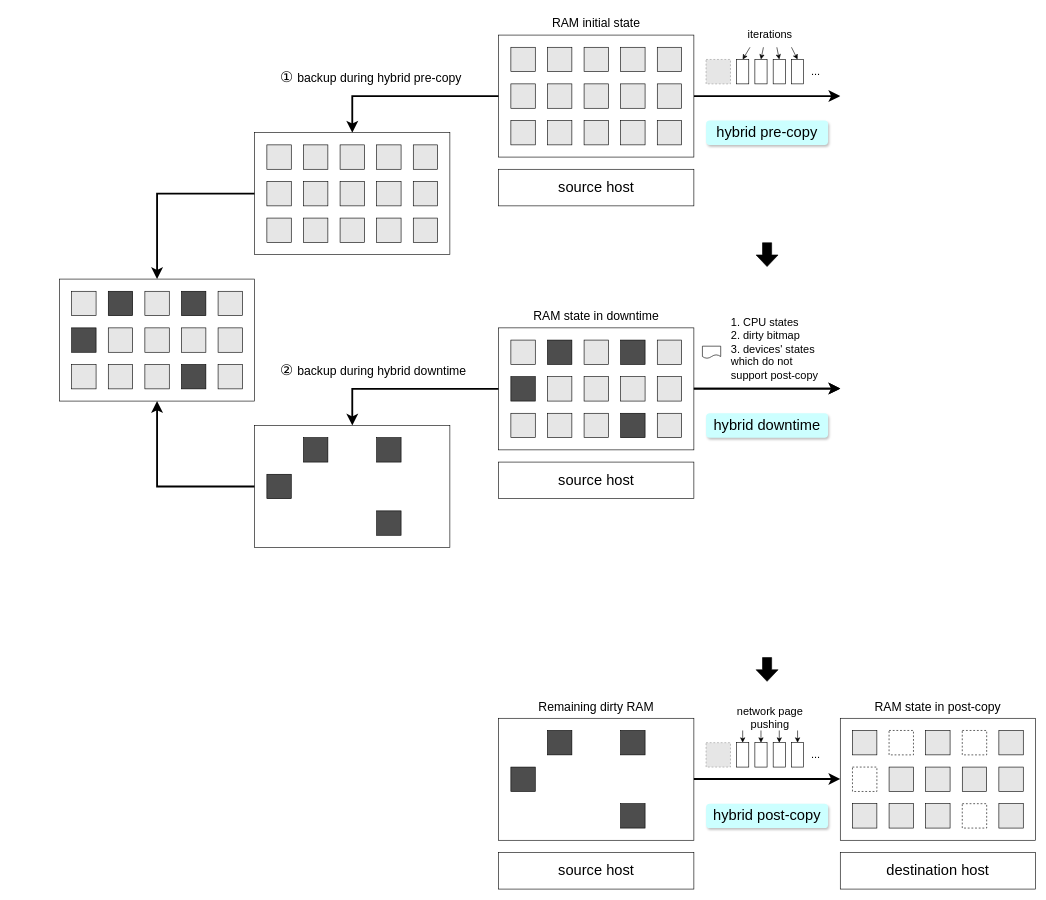
Above: final/backup's challenge.drawio in xuyizhe1999/drawio (draw.io), before the change. Source tidied: cells renumbered, new cells numbered last; positions are measured from the earlier drawing's top-left corner, leaving out a move shared by most shapes. Both pictures are drawn from the tidied source at 61%, with x=0, y=0 at pixel (59, 10). Pictures stored in the file or linked from it are replaced by grey dashed boxes.
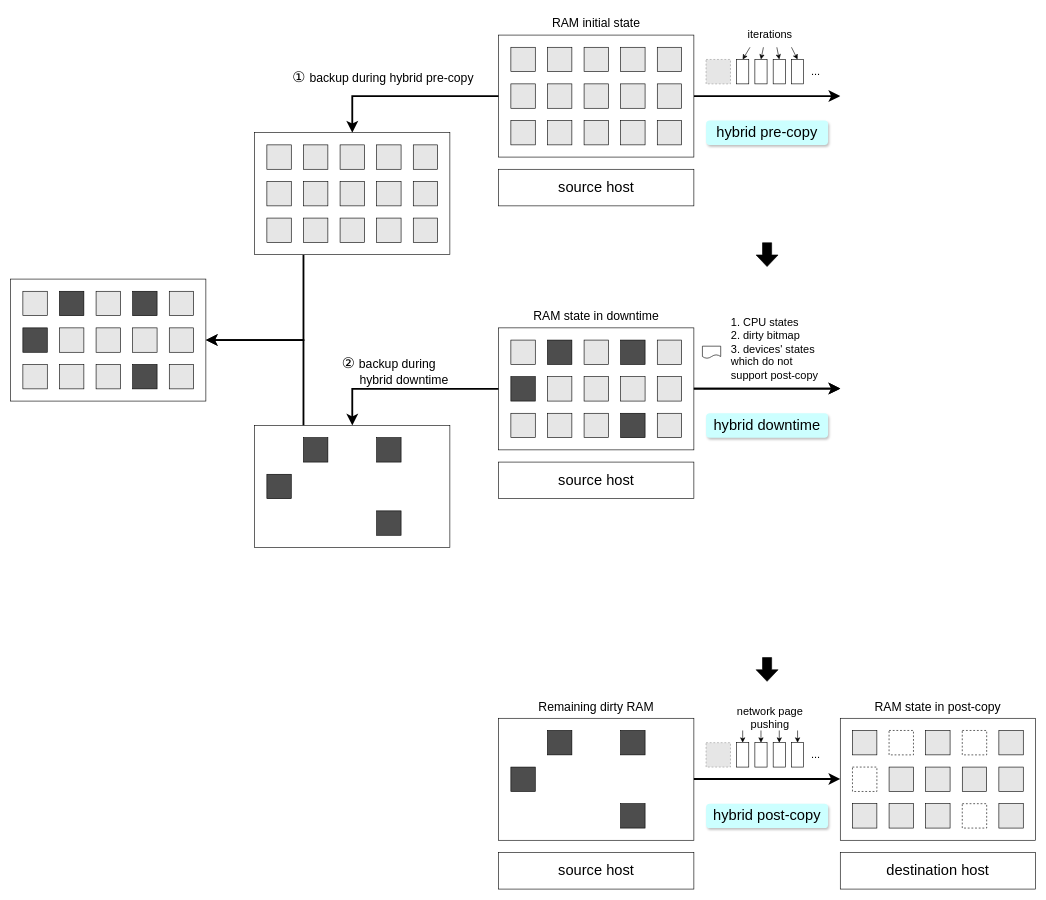
After the change.

Unchanged cells that the change refers to:
```xml
<mxCell id="99" style="rounded=0;whiteSpace=wrap;html=1;" parent="1" vertex="1">
  <mxGeometry x="320" y="200" width="320" height="200" as="geometry" />
</mxCell>
<mxCell id="116" style="rounded=0;whiteSpace=wrap;html=1;" parent="1" vertex="1">
  <mxGeometry x="320" y="680" width="320" height="200" as="geometry" />
</mxCell>
```

Change to the diagram source:
```diff
@@
-    <mxCell id="98" style="edgeStyle=orthogonalEdgeStyle;rounded=0;jettySize=auto;html=1;exitX=0;exitY=0.5;exitDx=0;exitDy=0;entryX=0.5;entryY=0;entryDx=0;entryDy=0;strokeWidth=3;endSize=10;startSize=10;" parent="1" edge="1" source="99" target="123">
+    <mxCell id="98" style="edgeStyle=orthogonalEdgeStyle;rounded=0;jettySize=auto;html=1;exitX=0.25;exitY=1;exitDx=0;exitDy=0;entryX=1;entryY=0.5;entryDx=0;entryDy=0;strokeWidth=3;endSize=10;startSize=10;" parent="1" edge="1" source="99" target="123">
       <mxGeometry relative="1" as="geometry" />
     </mxCell>
@@
-    <mxCell id="115" style="edgeStyle=orthogonalEdgeStyle;rounded=0;jettySize=auto;html=1;exitX=0;exitY=0.5;exitDx=0;exitDy=0;entryX=0.5;entryY=1;entryDx=0;entryDy=0;endSize=10;startSize=10;strokeWidth=3;" parent="1" edge="1" source="116" target="123">
+    <mxCell id="115" style="edgeStyle=orthogonalEdgeStyle;rounded=0;jettySize=auto;html=1;exitX=0.25;exitY=0;exitDx=0;exitDy=0;entryX=1;entryY=0.5;entryDx=0;entryDy=0;strokeWidth=3;endSize=10;startSize=10;" parent="1" edge="1" source="116" target="123">
       <mxGeometry relative="1" as="geometry" />
     </mxCell>
@@
     <mxCell id="121" value="&lt;font style=&quot;font-size: 24px;&quot;&gt;① &lt;/font&gt;&lt;font style=&quot;font-size: 20px;&quot;&gt;backup during hybrid pre-copy&lt;/font&gt;" style="text;html=1;strokeColor=none;fillColor=none;align=left;verticalAlign=middle;whiteSpace=wrap;rounded=0;" parent="1" vertex="1">
-      <mxGeometry x="360" y="80" width="320" height="60" as="geometry" />
+      <mxGeometry x="380" y="80" width="320" height="60" as="geometry" />
     </mxCell>
-    <mxCell id="122" value="&lt;font style=&quot;font-size: 24px;&quot;&gt;② &lt;/font&gt;&lt;font style=&quot;font-size: 20px;&quot;&gt;backup during hybrid downtime&lt;/font&gt;" style="text;html=1;strokeColor=none;fillColor=none;align=left;verticalAlign=middle;whiteSpace=wrap;rounded=0;" parent="1" vertex="1">
-      <mxGeometry x="360" y="560" width="320" height="60" as="geometry" />
+    <mxCell id="122" value="&lt;font style=&quot;font-size: 24px;&quot;&gt;② &lt;/font&gt;&lt;font style=&quot;font-size: 20px;&quot;&gt;backup during&lt;br&gt;&amp;nbsp; &amp;nbsp; &amp;nbsp; &amp;nbsp; &amp;nbsp;hybrid downtime&lt;/font&gt;" style="text;html=1;strokeColor=none;fillColor=none;align=center;verticalAlign=middle;whiteSpace=wrap;rounded=0;" parent="1" vertex="1">
+      <mxGeometry x="440" y="560" width="200" height="60" as="geometry" />
     </mxCell>
     <mxCell id="123" style="rounded=0;whiteSpace=wrap;html=1;" parent="1" vertex="1">
-      <mxGeometry y="440" width="320" height="200" as="geometry" />
+      <mxGeometry x="-80" y="440" width="320" height="200" as="geometry" />
     </mxCell>
     <mxCell id="124" style="rounded=0;whiteSpace=wrap;html=1;fillColor=#E6E6E6;" parent="1" vertex="1">
-      <mxGeometry x="20" y="460" width="40" height="40" as="geometry" />
+      <mxGeometry x="-60" y="460" width="40" height="40" as="geometry" />
     </mxCell>
     <mxCell id="125" style="rounded=0;whiteSpace=wrap;html=1;fillColor=#4D4D4D;" parent="1" vertex="1">
-      <mxGeometry x="80" y="460" width="40" height="40" as="geometry" />
+      <mxGeometry y="460" width="40" height="40" as="geometry" />
     </mxCell>
     <mxCell id="126" style="rounded=0;whiteSpace=wrap;html=1;fillColor=#E6E6E6;" parent="1" vertex="1">
-      <mxGeometry x="140" y="460" width="40" height="40" as="geometry" />
+      <mxGeometry x="60" y="460" width="40" height="40" as="geometry" />
     </mxCell>
     <mxCell id="127" style="rounded=0;whiteSpace=wrap;html=1;fillColor=#4D4D4D;" parent="1" vertex="1">
-      <mxGeometry x="200" y="460" width="40" height="40" as="geometry" />
+      <mxGeometry x="120" y="460" width="40" height="40" as="geometry" />
     </mxCell>
     <mxCell id="128" style="rounded=0;whiteSpace=wrap;html=1;fillColor=#E6E6E6;" parent="1" vertex="1">
-      <mxGeometry x="260" y="460" width="40" height="40" as="geometry" />
+      <mxGeometry x="180" y="460" width="40" height="40" as="geometry" />
     </mxCell>
     <mxCell id="129" style="rounded=0;whiteSpace=wrap;html=1;fillColor=#4D4D4D;" parent="1" vertex="1">
-      <mxGeometry x="20" y="520" width="40" height="40" as="geometry" />
+      <mxGeometry x="-60" y="520" width="40" height="40" as="geometry" />
     </mxCell>
     <mxCell id="130" style="rounded=0;whiteSpace=wrap;html=1;fillColor=#E6E6E6;" parent="1" vertex="1">
-      <mxGeometry x="80" y="520" width="40" height="40" as="geometry" />
+      <mxGeometry y="520" width="40" height="40" as="geometry" />
     </mxCell>
     <mxCell id="131" style="rounded=0;whiteSpace=wrap;html=1;fillColor=#E6E6E6;" parent="1" vertex="1">
-      <mxGeometry x="140" y="520" width="40" height="40" as="geometry" />
+      <mxGeometry x="60" y="520" width="40" height="40" as="geometry" />
     </mxCell>
     <mxCell id="132" style="rounded=0;whiteSpace=wrap;html=1;fillColor=#E6E6E6;" parent="1" vertex="1">
-      <mxGeometry x="200" y="520" width="40" height="40" as="geometry" />
+      <mxGeometry x="120" y="520" width="40" height="40" as="geometry" />
     </mxCell>
     <mxCell id="133" style="rounded=0;whiteSpace=wrap;html=1;fillColor=#E6E6E6;" parent="1" vertex="1">
-      <mxGeometry x="260" y="520" width="40" height="40" as="geometry" />
+      <mxGeometry x="180" y="520" width="40" height="40" as="geometry" />
     </mxCell>
     <mxCell id="134" style="rounded=0;whiteSpace=wrap;html=1;fillColor=#E6E6E6;" parent="1" vertex="1">
-      <mxGeometry x="20" y="580" width="40" height="40" as="geometry" />
+      <mxGeometry x="-60" y="580" width="40" height="40" as="geometry" />
     </mxCell>
     <mxCell id="135" style="rounded=0;whiteSpace=wrap;html=1;fillColor=#E6E6E6;" parent="1" vertex="1">
-      <mxGeometry x="80" y="580" width="40" height="40" as="geometry" />
+      <mxGeometry y="580" width="40" height="40" as="geometry" />
     </mxCell>
     <mxCell id="136" style="rounded=0;whiteSpace=wrap;html=1;fillColor=#E6E6E6;" parent="1" vertex="1">
-      <mxGeometry x="140" y="580" width="40" height="40" as="geometry" />
+      <mxGeometry x="60" y="580" width="40" height="40" as="geometry" />
     </mxCell>
     <mxCell id="137" style="rounded=0;whiteSpace=wrap;html=1;fillColor=#4D4D4D;" parent="1" vertex="1">
-      <mxGeometry x="200" y="580" width="40" height="40" as="geometry" />
+      <mxGeometry x="120" y="580" width="40" height="40" as="geometry" />
     </mxCell>
     <mxCell id="138" style="rounded=0;whiteSpace=wrap;html=1;fillColor=#E6E6E6;" parent="1" vertex="1">
-      <mxGeometry x="260" y="580" width="40" height="40" as="geometry" />
+      <mxGeometry x="180" y="580" width="40" height="40" as="geometry" />
     </mxCell>
```
